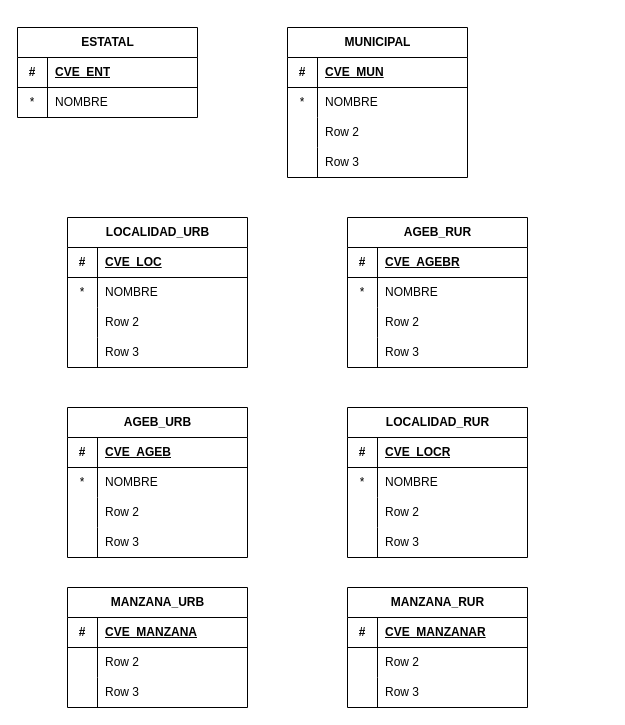
cadurang81/Testing keeps this draw.io diagram as ER.drawio. Above is the earlier version. Source tidied: cells renumbered, new cells numbered last; positions are measured from the earlier drawing's top-left corner, leaving out a move shared by most shapes. Both pictures are drawn from the tidied source at 100%, with x=0, y=0 at pixel (17, 27).
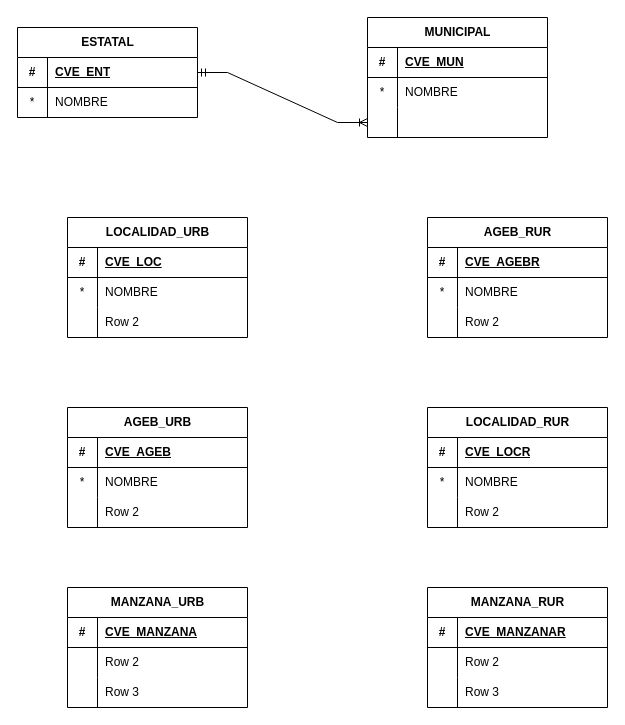
The same page after the edit.

Unchanged cells that the change refers to:
```xml
<mxCell id="3" style="shape=tableRow;horizontal=0;startSize=0;swimlaneHead=0;swimlaneBody=0;fillColor=none;points=[[0,0.5],[1,0.5]];portConstraint=eastwest;top=0;left=0;right=0;bottom=1;" parent="2" vertex="1">
  <mxGeometry y="30" width="180" height="30" as="geometry" />
</mxCell>
<mxCell id="16" style="shape=tableRow;horizontal=0;startSize=0;swimlaneHead=0;swimlaneBody=0;fillColor=none;points=[[0,0.5],[1,0.5]];portConstraint=eastwest;top=0;left=0;right=0;bottom=0;" parent="9" vertex="1">
  <mxGeometry y="90" width="180" height="30" as="geometry" />
</mxCell>
```

Diff of the diagram source:
```diff
@@
     <mxCell id="9" value="MUNICIPAL" style="shape=table;startSize=30;childLayout=tableLayout;rowLines=0;fontStyle=1;align=center;html=1;" parent="1" vertex="1">
-      <mxGeometry x="270" width="180" height="150" as="geometry" />
+      <mxGeometry x="350" y="-10" width="180" height="120" as="geometry" />
     </mxCell>
@@
-    <mxCell id="18" value="Row 2" style="shape=partialRectangle;fillColor=none;top=0;left=0;bottom=0;right=0;align=left;spacingLeft=6;overflow=hidden;whiteSpace=wrap;html=1;" parent="16" vertex="1">
+    <mxCell id="18" style="shape=partialRectangle;fillColor=none;top=0;left=0;bottom=0;right=0;align=left;spacingLeft=6;overflow=hidden;whiteSpace=wrap;html=1;" parent="16" vertex="1">
       <mxGeometry x="30" width="150" height="30" as="geometry" />
     </mxCell>
-    <mxCell id="19" style="shape=tableRow;horizontal=0;startSize=0;swimlaneHead=0;swimlaneBody=0;fillColor=none;top=0;left=0;right=0;bottom=0;" parent="9" vertex="1">
-      <mxGeometry y="120" width="180" height="30" as="geometry" />
-    </mxCell>
-    <mxCell id="20" style="shape=partialRectangle;fillColor=none;top=0;left=0;bottom=0;right=0;overflow=hidden;whiteSpace=wrap;html=1;" parent="19" vertex="1">
-      <mxGeometry width="30" height="30" as="geometry" />
-    </mxCell>
-    <mxCell id="21" value="Row 3" style="shape=partialRectangle;fillColor=none;top=0;left=0;bottom=0;right=0;align=left;spacingLeft=6;overflow=hidden;whiteSpace=wrap;html=1;" parent="19" vertex="1">
-      <mxGeometry x="30" width="150" height="30" as="geometry" />
-    </mxCell>
     <mxCell id="22" value="LOCALIDAD_RUR" style="shape=table;startSize=30;childLayout=tableLayout;rowLines=0;fontStyle=1;align=center;html=1;" parent="1" vertex="1">
-      <mxGeometry x="330" y="380" width="180" height="150" as="geometry" />
+      <mxGeometry x="410" y="380" width="180" height="120" as="geometry" />
     </mxCell>
@@
-    <mxCell id="32" style="shape=tableRow;horizontal=0;startSize=0;swimlaneHead=0;swimlaneBody=0;fillColor=none;top=0;left=0;right=0;bottom=0;" parent="22" vertex="1">
-      <mxGeometry y="120" width="180" height="30" as="geometry" />
-    </mxCell>
-    <mxCell id="33" style="shape=partialRectangle;fillColor=none;top=0;left=0;bottom=0;right=0;overflow=hidden;whiteSpace=wrap;html=1;" parent="32" vertex="1">
-      <mxGeometry width="30" height="30" as="geometry" />
-    </mxCell>
-    <mxCell id="34" value="Row 3" style="shape=partialRectangle;fillColor=none;top=0;left=0;bottom=0;right=0;align=left;spacingLeft=6;overflow=hidden;whiteSpace=wrap;html=1;" parent="32" vertex="1">
-      <mxGeometry x="30" width="150" height="30" as="geometry" />
-    </mxCell>
     <mxCell id="35" value="AGEB_URB" style="shape=table;startSize=30;childLayout=tableLayout;rowLines=0;fontStyle=1;align=center;html=1;" parent="1" vertex="1">
-      <mxGeometry x="50" y="380" width="180" height="150" as="geometry" />
+      <mxGeometry x="50" y="380" width="180" height="120" as="geometry" />
     </mxCell>
@@
-    <mxCell id="45" style="shape=tableRow;horizontal=0;startSize=0;swimlaneHead=0;swimlaneBody=0;fillColor=none;top=0;left=0;right=0;bottom=0;" parent="35" vertex="1">
-      <mxGeometry y="120" width="180" height="30" as="geometry" />
-    </mxCell>
-    <mxCell id="46" style="shape=partialRectangle;fillColor=none;top=0;left=0;bottom=0;right=0;overflow=hidden;whiteSpace=wrap;html=1;" parent="45" vertex="1">
-      <mxGeometry width="30" height="30" as="geometry" />
-    </mxCell>
-    <mxCell id="47" value="Row 3" style="shape=partialRectangle;fillColor=none;top=0;left=0;bottom=0;right=0;align=left;spacingLeft=6;overflow=hidden;whiteSpace=wrap;html=1;" parent="45" vertex="1">
-      <mxGeometry x="30" width="150" height="30" as="geometry" />
-    </mxCell>
     <mxCell id="48" value="LOCALIDAD_URB" style="shape=table;startSize=30;childLayout=tableLayout;rowLines=0;fontStyle=1;align=center;html=1;" parent="1" vertex="1">
-      <mxGeometry x="50" y="190" width="180" height="150" as="geometry" />
+      <mxGeometry x="50" y="190" width="180" height="120" as="geometry" />
     </mxCell>
@@
-    <mxCell id="58" style="shape=tableRow;horizontal=0;startSize=0;swimlaneHead=0;swimlaneBody=0;fillColor=none;top=0;left=0;right=0;bottom=0;" parent="48" vertex="1">
-      <mxGeometry y="120" width="180" height="30" as="geometry" />
-    </mxCell>
-    <mxCell id="59" style="shape=partialRectangle;fillColor=none;top=0;left=0;bottom=0;right=0;overflow=hidden;whiteSpace=wrap;html=1;" parent="58" vertex="1">
-      <mxGeometry width="30" height="30" as="geometry" />
-    </mxCell>
-    <mxCell id="60" value="Row 3" style="shape=partialRectangle;fillColor=none;top=0;left=0;bottom=0;right=0;align=left;spacingLeft=6;overflow=hidden;whiteSpace=wrap;html=1;" parent="58" vertex="1">
-      <mxGeometry x="30" width="150" height="30" as="geometry" />
-    </mxCell>
     <mxCell id="61" value="AGEB_RUR" style="shape=table;startSize=30;childLayout=tableLayout;rowLines=0;fontStyle=1;align=center;html=1;" parent="1" vertex="1">
-      <mxGeometry x="330" y="190" width="180" height="150" as="geometry" />
+      <mxGeometry x="410" y="190" width="180" height="120" as="geometry" />
     </mxCell>
@@
-    <mxCell id="71" style="shape=tableRow;horizontal=0;startSize=0;swimlaneHead=0;swimlaneBody=0;fillColor=none;top=0;left=0;right=0;bottom=0;" parent="61" vertex="1">
-      <mxGeometry y="120" width="180" height="30" as="geometry" />
-    </mxCell>
-    <mxCell id="72" style="shape=partialRectangle;fillColor=none;top=0;left=0;bottom=0;right=0;overflow=hidden;whiteSpace=wrap;html=1;" parent="71" vertex="1">
-      <mxGeometry width="30" height="30" as="geometry" />
-    </mxCell>
-    <mxCell id="73" value="Row 3" style="shape=partialRectangle;fillColor=none;top=0;left=0;bottom=0;right=0;align=left;spacingLeft=6;overflow=hidden;whiteSpace=wrap;html=1;" parent="71" vertex="1">
-      <mxGeometry x="30" width="150" height="30" as="geometry" />
-    </mxCell>
@@
     <mxCell id="84" value="MANZANA_RUR" style="shape=table;startSize=30;childLayout=tableLayout;rowLines=0;fontStyle=1;align=center;html=1;" parent="1" vertex="1">
-      <mxGeometry x="330" y="560" width="180" height="120" as="geometry" />
+      <mxGeometry x="410" y="560" width="180" height="120" as="geometry" />
     </mxCell>
@@
+    <mxCell id="94" style="edgeStyle=entityRelationEdgeStyle;fontSize=12;html=1;endArrow=ERoneToMany;startArrow=ERmandOne;rounded=0;exitX=1;exitY=0.5;exitDx=0;exitDy=0;entryX=0;entryY=0.5;entryDx=0;entryDy=0;" parent="1" edge="1" source="3" target="16">
+      <mxGeometry relative="1" as="geometry" />
+    </mxCell>
```
